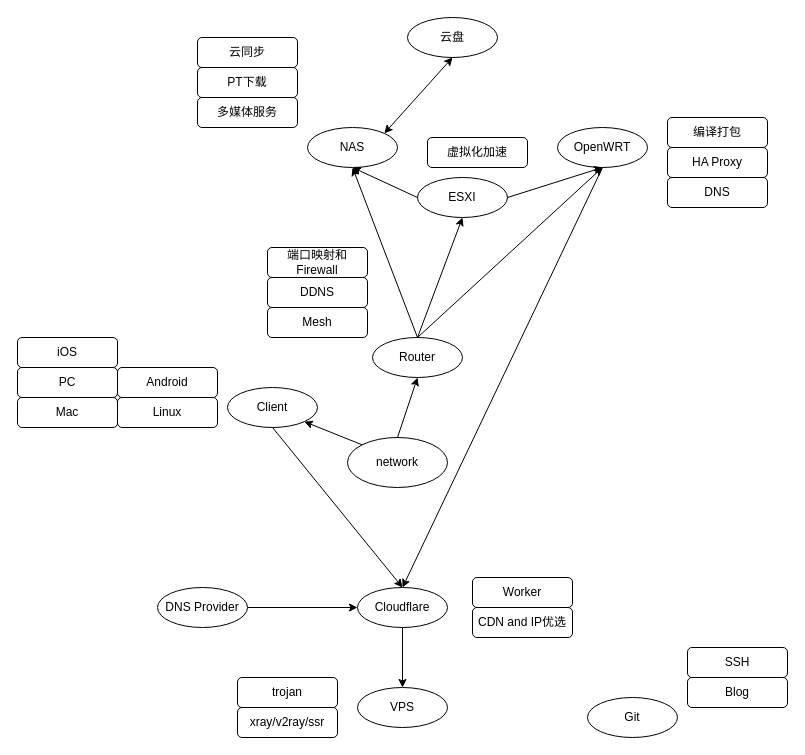
Above: page "network" (2 of 5) of knowledge-tree.drawio in quboqin/drawio (draw.io), before the change. Source tidied: cells renumbered, new cells numbered last; positions are measured from the earlier drawing's top-left corner, leaving out a move shared by most shapes. Both pictures are drawn from the tidied source at 100%, with x=0, y=0 at pixel (17, 17).
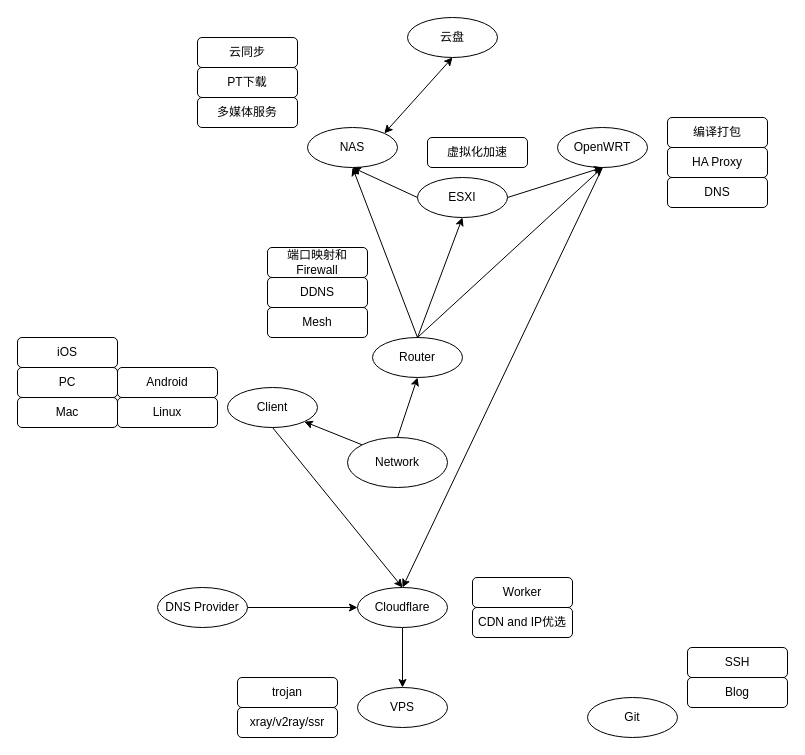
After the change.

What changed in the source:
```diff
@@
-    <mxCell id="2" value="network" style="ellipse;whiteSpace=wrap;html=1;" parent="1" vertex="1">
+    <mxCell id="2" value="Network" style="ellipse;whiteSpace=wrap;html=1;" parent="1" vertex="1">
       <mxGeometry x="330" y="420" width="100" height="50" as="geometry" />
     </mxCell>
```
